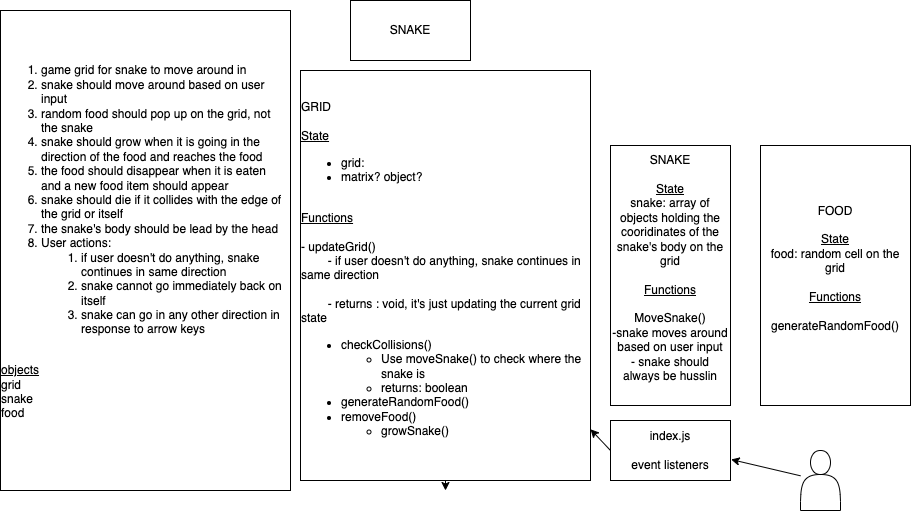
louraff/snake keeps this draw.io diagram as snake-plan.drawio.png. Above is the earlier version. Source tidied: cells renumbered, new cells last; positions are measured from the earlier drawing's top-left corner, leaving out a move shared by most shapes.
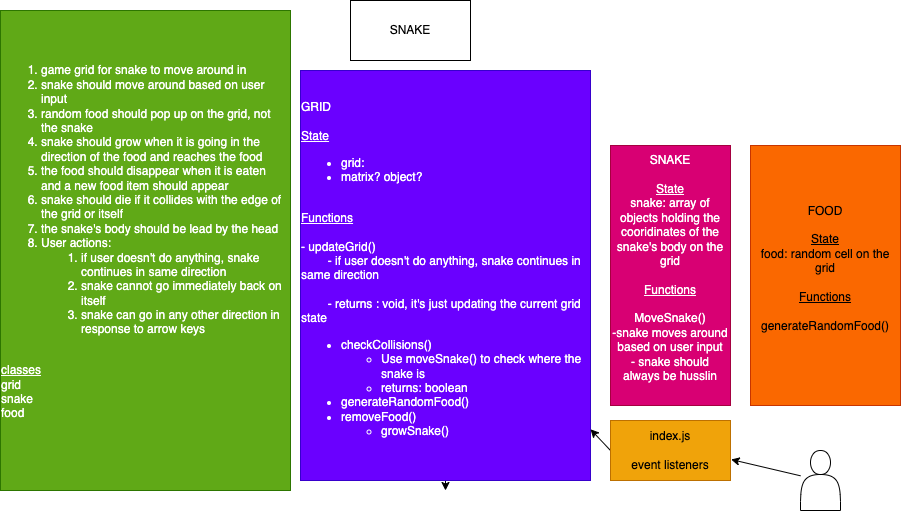
The same diagram one commit later.

Diff of the diagram source:
```diff
@@ -2,7 +2,7 @@
   <root>
     <mxCell id="0" />
     <mxCell id="1" parent="0" />
-    <mxCell id="2" value="&lt;ol&gt;&lt;li style=&quot;text-align: left;&quot;&gt;game grid for snake to move around in&lt;/li&gt;&lt;li style=&quot;text-align: left;&quot;&gt;snake should move around based on user input&lt;/li&gt;&lt;li style=&quot;text-align: left;&quot;&gt;random food should pop up on the grid, not the snake&lt;/li&gt;&lt;li style=&quot;text-align: left;&quot;&gt;snake should grow when it is going in the direction of the food and reaches the food&lt;/li&gt;&lt;li style=&quot;text-align: left;&quot;&gt;the food should disappear when it is eaten and a new food item should appear&lt;/li&gt;&lt;li style=&quot;text-align: left;&quot;&gt;snake should die if it collides with the edge of the grid or itself&lt;/li&gt;&lt;li style=&quot;text-align: left;&quot;&gt;the snake's body should be lead by the head&lt;/li&gt;&lt;li style=&quot;text-align: left;&quot;&gt;User actions:&lt;/li&gt;&lt;ol&gt;&lt;li style=&quot;text-align: left;&quot;&gt;if user doesn't do anything, snake continues in same direction&lt;/li&gt;&lt;li style=&quot;text-align: left;&quot;&gt;snake cannot go immediately back on itself&amp;nbsp;&lt;/li&gt;&lt;li style=&quot;text-align: left;&quot;&gt;snake can go in any other direction in response to arrow keys&lt;/li&gt;&lt;/ol&gt;&lt;/ol&gt;&lt;div style=&quot;text-align: left;&quot;&gt;&lt;br&gt;&lt;/div&gt;&lt;div style=&quot;text-align: left;&quot;&gt;&lt;u&gt;objects&lt;/u&gt;&lt;/div&gt;&lt;div style=&quot;text-align: left;&quot;&gt;grid&lt;/div&gt;&lt;div style=&quot;text-align: left;&quot;&gt;snake&lt;/div&gt;&lt;div style=&quot;text-align: left;&quot;&gt;food&lt;/div&gt;&lt;div style=&quot;text-align: left;&quot;&gt;&lt;br&gt;&lt;/div&gt;&lt;div style=&quot;text-align: left;&quot;&gt;&lt;br&gt;&lt;/div&gt;" style="whiteSpace=wrap;html=1;" parent="1" vertex="1">
+    <mxCell id="2" value="&lt;ol&gt;&lt;li style=&quot;text-align: left;&quot;&gt;game grid for snake to move around in&lt;/li&gt;&lt;li style=&quot;text-align: left;&quot;&gt;snake should move around based on user input&lt;/li&gt;&lt;li style=&quot;text-align: left;&quot;&gt;random food should pop up on the grid, not the snake&lt;/li&gt;&lt;li style=&quot;text-align: left;&quot;&gt;snake should grow when it is going in the direction of the food and reaches the food&lt;/li&gt;&lt;li style=&quot;text-align: left;&quot;&gt;the food should disappear when it is eaten and a new food item should appear&lt;/li&gt;&lt;li style=&quot;text-align: left;&quot;&gt;snake should die if it collides with the edge of the grid or itself&lt;/li&gt;&lt;li style=&quot;text-align: left;&quot;&gt;the snake's body should be lead by the head&lt;/li&gt;&lt;li style=&quot;text-align: left;&quot;&gt;User actions:&lt;/li&gt;&lt;ol&gt;&lt;li style=&quot;text-align: left;&quot;&gt;if user doesn't do anything, snake continues in same direction&lt;/li&gt;&lt;li style=&quot;text-align: left;&quot;&gt;snake cannot go immediately back on itself&amp;nbsp;&lt;/li&gt;&lt;li style=&quot;text-align: left;&quot;&gt;snake can go in any other direction in response to arrow keys&lt;/li&gt;&lt;/ol&gt;&lt;/ol&gt;&lt;div style=&quot;text-align: left;&quot;&gt;&lt;br&gt;&lt;/div&gt;&lt;div style=&quot;text-align: left;&quot;&gt;&lt;u&gt;classes&lt;/u&gt;&lt;/div&gt;&lt;div style=&quot;text-align: left;&quot;&gt;grid&lt;/div&gt;&lt;div style=&quot;text-align: left;&quot;&gt;snake&lt;/div&gt;&lt;div style=&quot;text-align: left;&quot;&gt;food&lt;/div&gt;&lt;div style=&quot;text-align: left;&quot;&gt;&lt;br&gt;&lt;/div&gt;&lt;div style=&quot;text-align: left;&quot;&gt;&lt;br&gt;&lt;/div&gt;" style="whiteSpace=wrap;html=1;fillColor=#60a917;fontColor=#ffffff;strokeColor=#2D7600;" parent="1" vertex="1">
       <mxGeometry y="10" width="290" height="480" as="geometry" />
     </mxCell>
     <mxCell id="3" style="edgeStyle=none;html=1;exitX=0.5;exitY=1;exitDx=0;exitDy=0;" parent="1" edge="1" source="4">
@@ -10,14 +10,14 @@
         <mxPoint x="445" y="490" as="targetPoint" />
       </mxGeometry>
     </mxCell>
-    <mxCell id="4" value="&lt;div style=&quot;text-align: left;&quot;&gt;&lt;span style=&quot;background-color: initial;&quot;&gt;GRID&lt;/span&gt;&lt;/div&gt;&lt;div style=&quot;text-align: left;&quot;&gt;&lt;br&gt;&lt;/div&gt;&lt;u&gt;&lt;div style=&quot;text-align: left;&quot;&gt;&lt;u style=&quot;background-color: initial;&quot;&gt;State&lt;/u&gt;&lt;/div&gt;&lt;/u&gt;&lt;div style=&quot;&quot;&gt;&lt;ul&gt;&lt;li style=&quot;text-align: left;&quot;&gt;grid:&amp;nbsp;&lt;/li&gt;&lt;li style=&quot;text-align: left;&quot;&gt;matrix? object?&lt;/li&gt;&lt;/ul&gt;&lt;/div&gt;&lt;div style=&quot;text-align: left;&quot;&gt;&lt;br&gt;&lt;/div&gt;&lt;div style=&quot;text-decoration-line: underline; text-align: left;&quot;&gt;&lt;u style=&quot;background-color: initial;&quot;&gt;Functions&lt;/u&gt;&lt;/div&gt;&lt;div style=&quot;text-decoration-line: underline; text-align: left;&quot;&gt;&lt;span style=&quot;background-color: initial;&quot;&gt;&lt;br&gt;&lt;/span&gt;&lt;/div&gt;&lt;div style=&quot;text-align: left;&quot;&gt;&lt;span style=&quot;background-color: initial;&quot;&gt;- updateGrid()&lt;/span&gt;&lt;/div&gt;&lt;div style=&quot;text-align: left;&quot;&gt;&lt;span style=&quot;background-color: initial;&quot;&gt;&lt;span style=&quot;white-space: pre;&quot;&gt;&#9;&lt;/span&gt;- if user doesn't do anything, snake continues in same direction&lt;/span&gt;&lt;/div&gt;&lt;div style=&quot;text-align: left;&quot;&gt;&lt;span style=&quot;background-color: initial;&quot;&gt;&lt;br&gt;&lt;/span&gt;&lt;/div&gt;&lt;div style=&quot;text-align: left;&quot;&gt;&lt;span style=&quot;white-space: pre;&quot;&gt;&#9;&lt;/span&gt;- returns : void, it's just updating the current grid state&lt;br&gt;&lt;/div&gt;&lt;div style=&quot;text-align: left;&quot;&gt;&lt;ul style=&quot;&quot;&gt;&lt;li&gt;checkCollisions()&lt;/li&gt;&lt;ul&gt;&lt;li&gt;Use moveSnake() to check where the snake is&amp;nbsp;&lt;/li&gt;&lt;li&gt;returns: boolean&lt;/li&gt;&lt;/ul&gt;&lt;li&gt;generateRandomFood()&lt;/li&gt;&lt;li&gt;removeFood()&lt;/li&gt;&lt;ul&gt;&lt;li&gt;growSnake()&lt;/li&gt;&lt;/ul&gt;&lt;/ul&gt;&lt;/div&gt;" style="whiteSpace=wrap;html=1;" parent="1" vertex="1">
+    <mxCell id="4" value="&lt;div style=&quot;text-align: left;&quot;&gt;&lt;span style=&quot;background-color: initial;&quot;&gt;GRID&lt;/span&gt;&lt;/div&gt;&lt;div style=&quot;text-align: left;&quot;&gt;&lt;br&gt;&lt;/div&gt;&lt;u&gt;&lt;div style=&quot;text-align: left;&quot;&gt;&lt;u style=&quot;background-color: initial;&quot;&gt;State&lt;/u&gt;&lt;/div&gt;&lt;/u&gt;&lt;div style=&quot;&quot;&gt;&lt;ul&gt;&lt;li style=&quot;text-align: left;&quot;&gt;grid:&amp;nbsp;&lt;/li&gt;&lt;li style=&quot;text-align: left;&quot;&gt;matrix? object?&lt;/li&gt;&lt;/ul&gt;&lt;/div&gt;&lt;div style=&quot;text-align: left;&quot;&gt;&lt;br&gt;&lt;/div&gt;&lt;div style=&quot;text-decoration-line: underline; text-align: left;&quot;&gt;&lt;u style=&quot;background-color: initial;&quot;&gt;Functions&lt;/u&gt;&lt;/div&gt;&lt;div style=&quot;text-decoration-line: underline; text-align: left;&quot;&gt;&lt;span style=&quot;background-color: initial;&quot;&gt;&lt;br&gt;&lt;/span&gt;&lt;/div&gt;&lt;div style=&quot;text-align: left;&quot;&gt;&lt;span style=&quot;background-color: initial;&quot;&gt;- updateGrid()&lt;/span&gt;&lt;/div&gt;&lt;div style=&quot;text-align: left;&quot;&gt;&lt;span style=&quot;background-color: initial;&quot;&gt;&lt;span style=&quot;white-space: pre;&quot;&gt;&#9;&lt;/span&gt;- if user doesn't do anything, snake continues in same direction&lt;/span&gt;&lt;/div&gt;&lt;div style=&quot;text-align: left;&quot;&gt;&lt;span style=&quot;background-color: initial;&quot;&gt;&lt;br&gt;&lt;/span&gt;&lt;/div&gt;&lt;div style=&quot;text-align: left;&quot;&gt;&lt;span style=&quot;white-space: pre;&quot;&gt;&#9;&lt;/span&gt;- returns : void, it's just updating the current grid state&lt;br&gt;&lt;/div&gt;&lt;div style=&quot;text-align: left;&quot;&gt;&lt;ul style=&quot;&quot;&gt;&lt;li&gt;checkCollisions()&lt;/li&gt;&lt;ul&gt;&lt;li&gt;Use moveSnake() to check where the snake is&amp;nbsp;&lt;/li&gt;&lt;li&gt;returns: boolean&lt;/li&gt;&lt;/ul&gt;&lt;li&gt;generateRandomFood()&lt;/li&gt;&lt;li&gt;removeFood()&lt;/li&gt;&lt;ul&gt;&lt;li&gt;growSnake()&lt;/li&gt;&lt;/ul&gt;&lt;/ul&gt;&lt;/div&gt;" style="whiteSpace=wrap;html=1;fillColor=#6a00ff;fontColor=#ffffff;strokeColor=#3700CC;" parent="1" vertex="1">
       <mxGeometry x="300" y="70" width="290" height="410" as="geometry" />
     </mxCell>
-    <mxCell id="5" value="SNAKE&lt;br&gt;&lt;br&gt;&lt;u&gt;State&lt;/u&gt;&lt;br&gt;snake: array of objects holding the cooridinates of the snake's body on the grid&lt;br&gt;&lt;br&gt;&lt;u&gt;Functions&lt;/u&gt;&lt;br&gt;&lt;br&gt;MoveSnake()&lt;br&gt;-snake moves around based on user input&lt;br&gt;- snake should always be husslin&lt;br&gt;&lt;br&gt;" style="whiteSpace=wrap;html=1;" parent="1" vertex="1">
+    <mxCell id="5" value="SNAKE&lt;br&gt;&lt;br&gt;&lt;u&gt;State&lt;/u&gt;&lt;br&gt;snake: array of objects holding the cooridinates of the snake's body on the grid&lt;br&gt;&lt;br&gt;&lt;u&gt;Functions&lt;/u&gt;&lt;br&gt;&lt;br&gt;MoveSnake()&lt;br&gt;-snake moves around based on user input&lt;br&gt;- snake should always be husslin&lt;br&gt;&lt;br&gt;" style="whiteSpace=wrap;html=1;fillColor=#d80073;fontColor=#ffffff;strokeColor=#A50040;" parent="1" vertex="1">
       <mxGeometry x="610" y="145" width="120" height="260" as="geometry" />
     </mxCell>
-    <mxCell id="6" value="FOOD&lt;br&gt;&lt;br&gt;&lt;u&gt;State&lt;/u&gt;&lt;br&gt;food: random cell on the grid&lt;br&gt;&lt;br&gt;&lt;u&gt;Functions&lt;/u&gt;&lt;br&gt;&lt;br&gt;generateRandomFood()&lt;br&gt;&lt;br&gt;" style="whiteSpace=wrap;html=1;" parent="1" vertex="1">
-      <mxGeometry x="760" y="145" width="150" height="260" as="geometry" />
+    <mxCell id="6" value="FOOD&lt;br&gt;&lt;br&gt;&lt;u&gt;State&lt;/u&gt;&lt;br&gt;food: random cell on the grid&lt;br&gt;&lt;br&gt;&lt;u&gt;Functions&lt;/u&gt;&lt;br&gt;&lt;br&gt;generateRandomFood()&lt;br&gt;&lt;br&gt;" style="whiteSpace=wrap;html=1;fillColor=#fa6800;fontColor=#000000;strokeColor=#C73500;" parent="1" vertex="1">
+      <mxGeometry x="750" y="145" width="150" height="260" as="geometry" />
     </mxCell>
     <mxCell id="7" value="SNAKE" style="whiteSpace=wrap;html=1;" parent="1" vertex="1">
       <mxGeometry x="350" width="120" height="60" as="geometry" />
@@ -25,7 +25,7 @@
     <mxCell id="8" style="edgeStyle=none;html=1;exitX=0;exitY=0.5;exitDx=0;exitDy=0;" parent="1" edge="1" source="9" target="4">
       <mxGeometry relative="1" as="geometry" />
     </mxCell>
-    <mxCell id="9" value="index.js&lt;br&gt;&lt;br&gt;event listeners&lt;br&gt;" style="whiteSpace=wrap;html=1;" parent="1" vertex="1">
+    <mxCell id="9" value="index.js&lt;br&gt;&lt;br&gt;event listeners&lt;br&gt;" style="whiteSpace=wrap;html=1;fillColor=#f0a30a;fontColor=#000000;strokeColor=#BD7000;" parent="1" vertex="1">
       <mxGeometry x="610" y="420" width="120" height="60" as="geometry" />
     </mxCell>
     <mxCell id="10" style="edgeStyle=none;html=1;entryX=1.005;entryY=0.65;entryDx=0;entryDy=0;entryPerimeter=0;" parent="1" edge="1" source="11" target="9">
```
